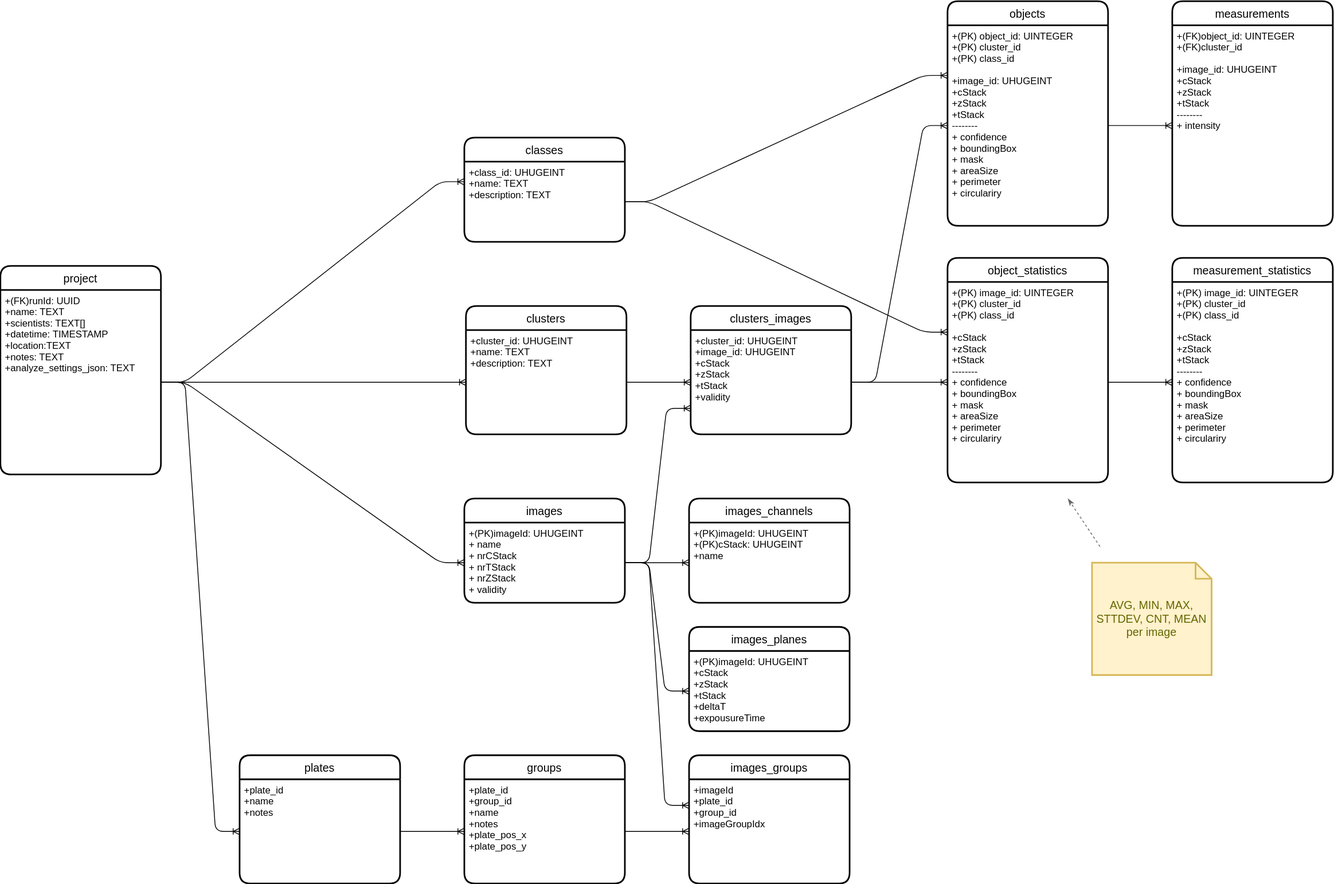
The draw.io diagram doc/database_schema_new.drawio.svg in joda01/imagec, before a commit. Source tidied: cells renumbered, new cells last; positions are measured from the earlier drawing's top-left corner, leaving out a move shared by most shapes.
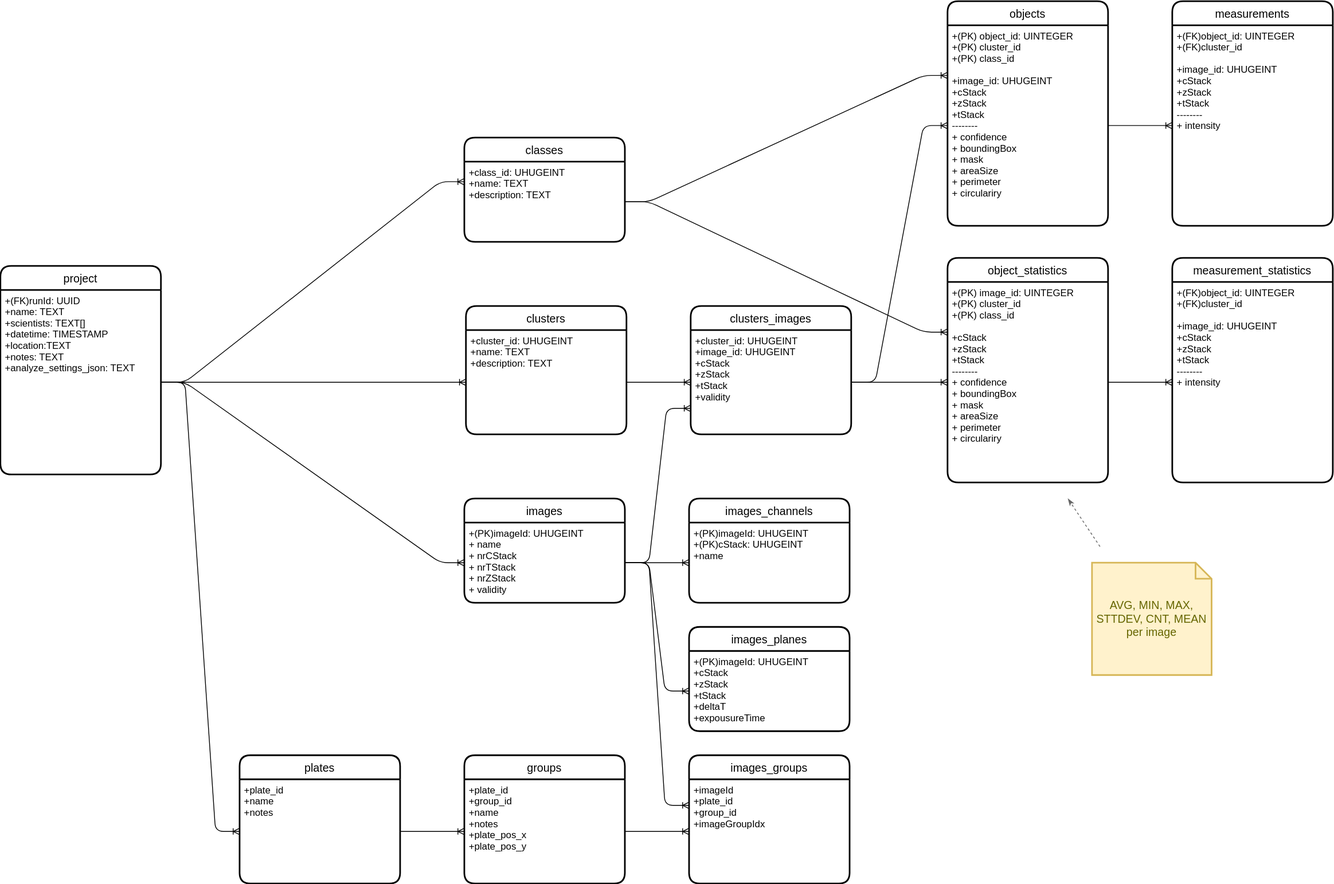
Above is the later version.

The edit, as a diff of the source:
```diff
@@ -95,7 +95,7 @@
     <mxCell id="32" value="measurement_statistics" style="swimlane;horizontal=1;startSize=30;rounded=1;fontSize=14;fontStyle=0;strokeWidth=2;shadow=0;dashed=0;align=center;" parent="1" vertex="1">
       <mxGeometry x="1460" y="320" width="200" height="280" as="geometry" />
     </mxCell>
-    <mxCell id="33" value="+(PK) image_id: UINTEGER&#10;+(PK) cluster_id&#10;+(PK) class_id&#10;&#10;+cStack&#10;+zStack&#10;+tStack&#10;--------&#10;+ confidence&#10;+ boundingBox&#10;+ mask&#10;+ areaSize&#10;+ perimeter&#10;+ circulariry" style="align=left;strokeColor=none;fillColor=none;spacingLeft=4;fontSize=12;verticalAlign=top;" parent="32" vertex="1">
+    <mxCell id="33" value="+(FK)object_id: UINTEGER&#10;+(FK)cluster_id&#10;&#10;+image_id: UHUGEINT&#10;+cStack&#10;+zStack&#10;+tStack&#10;--------&#10;+ intensity&#10;" style="align=left;strokeColor=none;fillColor=none;spacingLeft=4;fontSize=12;verticalAlign=top;" parent="32" vertex="1">
       <mxGeometry y="30" width="200" height="250" as="geometry" />
     </mxCell>
     <mxCell id="34" style="edgeStyle=entityRelationEdgeStyle;fontSize=12;html=1;endArrow=ERoneToMany;exitX=1;exitY=0.5;exitDx=0;exitDy=0;entryX=0;entryY=0.5;entryDx=0;entryDy=0;" parent="1" edge="1" source="31" target="33">
```
